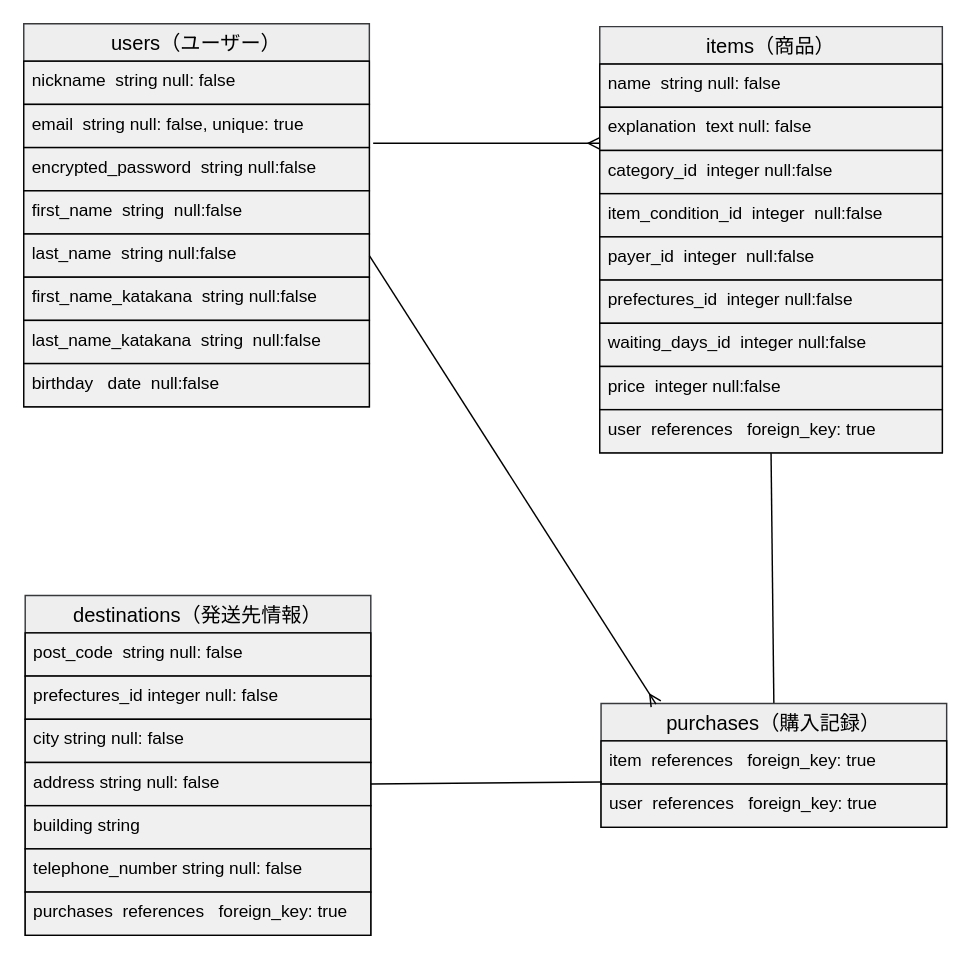
The draw.io diagram furima.dio in tame3239/furima-37851, before the edit. Source tidied: cells renumbered, new cells numbered last; positions are measured from the earlier drawing's top-left corner, leaving out a move shared by most shapes. Both pictures are drawn from the tidied source at 144%, with x=0, y=0 at pixel (23, 23).
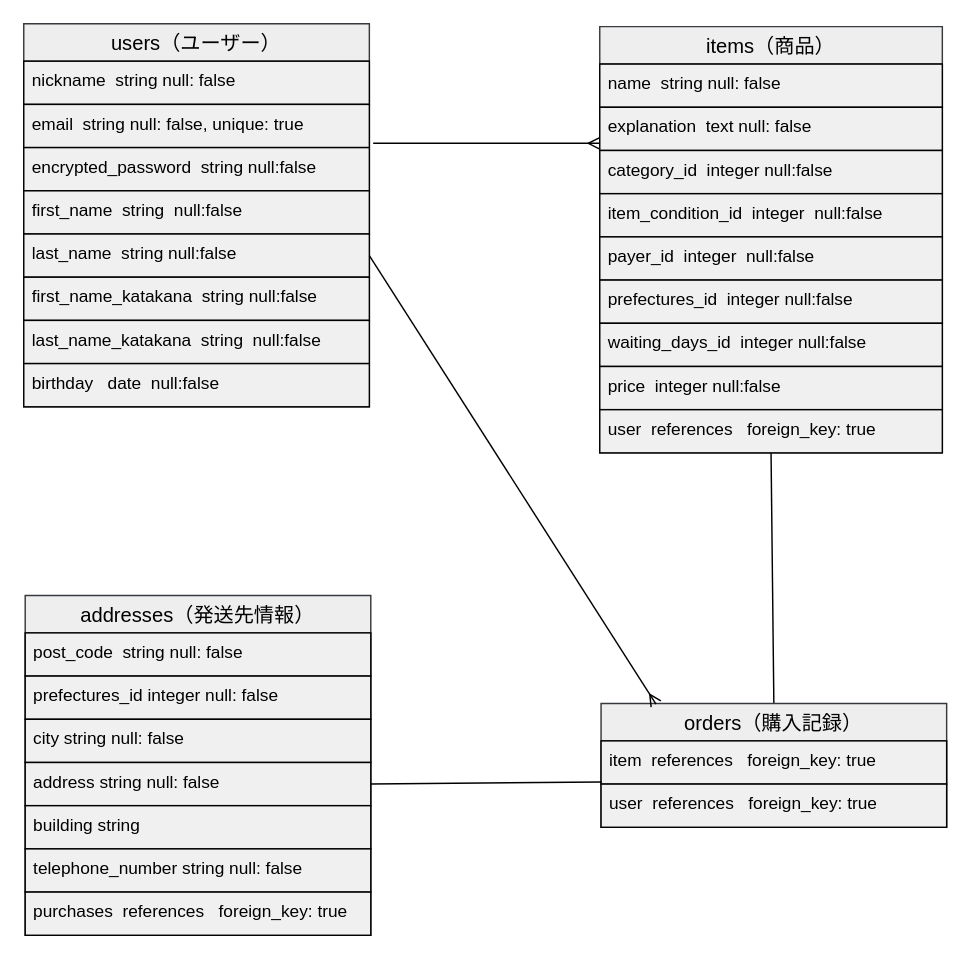
The same page after the edit.

Change to the diagram source:
```diff
@@
-    <mxCell id="23" value="purchases（購入記録）" style="swimlane;fontStyle=0;horizontal=1;startSize=26;align=center;fontSize=14;fillColor=#eeeeee;strokeColor=#36393d;fontColor=#000000;" parent="1" vertex="1">
+    <mxCell id="23" value="orders（購入記録）" style="swimlane;fontStyle=0;horizontal=1;startSize=26;align=center;fontSize=14;fillColor=#eeeeee;strokeColor=#36393d;fontColor=#000000;" parent="1" vertex="1">
       <mxGeometry x="400.9" y="472" width="240" height="86" as="geometry" />
     </mxCell>
@@
-    <mxCell id="26" value="destinations（発送先情報）" style="swimlane;fontStyle=0;horizontal=1;startSize=26;align=center;fontSize=14;fillColor=#eeeeee;strokeColor=#36393d;fontColor=#000000;" parent="1" vertex="1">
+    <mxCell id="26" value="addresses（発送先情報）" style="swimlane;fontStyle=0;horizontal=1;startSize=26;align=center;fontSize=14;fillColor=#eeeeee;strokeColor=#36393d;fontColor=#000000;" parent="1" vertex="1">
       <mxGeometry x="1" y="397" width="240" height="236" as="geometry" />
     </mxCell>
```
